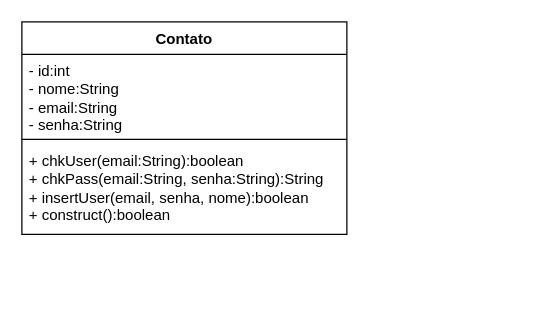
The draw.io diagram login/Diagrama de classe Contato.drawio in richardcamargo07/Aula_Pratica_PWIII_CRUD_Class, before the edit. Source tidied: cells renumbered, new cells numbered last; positions are measured from the earlier drawing's top-left corner, leaving out a move shared by most shapes. Both pictures are drawn from the tidied source at 125%, with x=0, y=0 at pixel (21, 21).
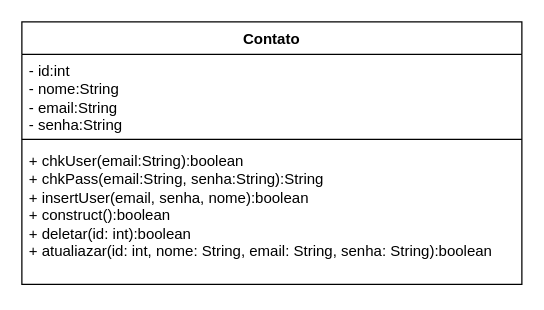
Above is the later version.

What changed in the source:
```diff
@@
 <mxGraphModel>
   <root>
     <mxCell id="0" />
     <mxCell id="1" parent="0" />
     <mxCell id="2" value="Contato" style="swimlane;fontStyle=1;align=center;verticalAlign=top;horizontal=1;startSize=26;whiteSpace=wrap;html=1;" parent="1" vertex="1">
-      <mxGeometry width="260" height="170" as="geometry" />
+      <mxGeometry width="400" height="210" as="geometry" />
     </mxCell>
     <mxCell id="3" value="- id:int&lt;div&gt;- nome:String&lt;/div&gt;&lt;div&gt;- email:String&lt;/div&gt;&lt;div&gt;- senha:String&lt;/div&gt;" style="text;strokeColor=none;fillColor=none;align=left;verticalAlign=top;spacingLeft=4;spacingRight=4;overflow=hidden;whiteSpace=wrap;html=1;" parent="2" vertex="1">
-      <mxGeometry y="26" width="260" height="64" as="geometry" />
+      <mxGeometry y="26" width="400" height="64" as="geometry" />
     </mxCell>
     <mxCell id="4" style="line;strokeWidth=1;fillColor=none;align=left;verticalAlign=middle;spacingTop=-1;spacingLeft=3;spacingRight=3;labelPosition=right;strokeColor=inherit;" parent="2" vertex="1">
-      <mxGeometry y="90" width="260" height="8" as="geometry" />
+      <mxGeometry y="90" width="400" height="8" as="geometry" />
     </mxCell>
-    <mxCell id="5" value="+ chkUser(email:String):boolean&lt;div&gt;+ chkPass(email:String, senha:String):String&lt;/div&gt;&lt;div&gt;+ insertUser(email, senha, nome):boolean&lt;/div&gt;&lt;div&gt;+ construct():boolean&lt;/div&gt;" style="text;strokeColor=none;fillColor=none;align=left;verticalAlign=top;spacingLeft=4;spacingRight=4;overflow=hidden;whiteSpace=wrap;html=1;" parent="2" vertex="1">
-      <mxGeometry y="98" width="260" height="72" as="geometry" />
+    <mxCell id="5" value="+ chkUser(email:String):boolean&lt;div&gt;+ chkPass(email:String, senha:String):String&lt;/div&gt;&lt;div&gt;+ insertUser(email, senha, nome):boolean&lt;/div&gt;&lt;div&gt;+ construct():boolean&lt;/div&gt;&lt;div&gt;+ deletar(id: int):boolean&lt;/div&gt;&lt;div&gt;+ atualiazar(id: int, nome: String, email&lt;span style=&quot;background-color: transparent; color: light-dark(rgb(0, 0, 0), rgb(255, 255, 255));&quot;&gt;: String, senha&lt;/span&gt;&lt;span style=&quot;background-color: transparent; color: light-dark(rgb(0, 0, 0), rgb(255, 255, 255));&quot;&gt;: String&lt;/span&gt;&lt;span style=&quot;background-color: transparent; color: light-dark(rgb(0, 0, 0), rgb(255, 255, 255));&quot;&gt;):boolean&lt;/span&gt;&lt;/div&gt;&lt;div&gt;&lt;br&gt;&lt;/div&gt;" style="text;strokeColor=none;fillColor=none;align=left;verticalAlign=top;spacingLeft=4;spacingRight=4;overflow=hidden;whiteSpace=wrap;html=1;" parent="2" vertex="1">
+      <mxGeometry y="98" width="400" height="112" as="geometry" />
     </mxCell>
   </root>
 </mxGraphModel>
```
